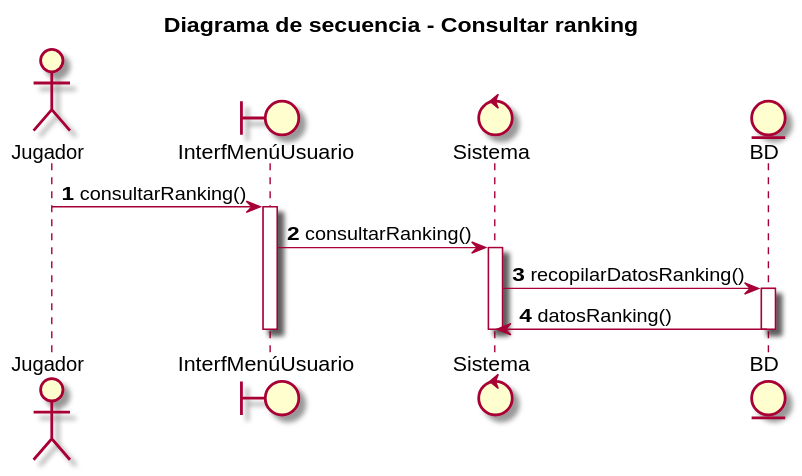
The PlantUML diagram UML/Diagramas de secuencia/Jugador/Consultar Ranking/Consultar ranking.svg in dmontesinos/ES-2019-G43-2-02.v1, before a commit. Source of this version:
```plantuml
@startuml
title Diagrama de secuencia - Consultar ranking
autonumber
actor Jugador
boundary InterfMenúUsuario
control Sistema
entity BD

Jugador -> InterfMenúUsuario : consultarRanking()
activate InterfMenúUsuario
InterfMenúUsuario -> Sistema : consultarRanking()
activate Sistema
Sistema -> BD : recopilarDatosRanking()
activate BD
BD -> Sistema : datosRanking()
deactivate BD
deactivate Sistema
deactivate InterfMenúUsuario
@enduml
```
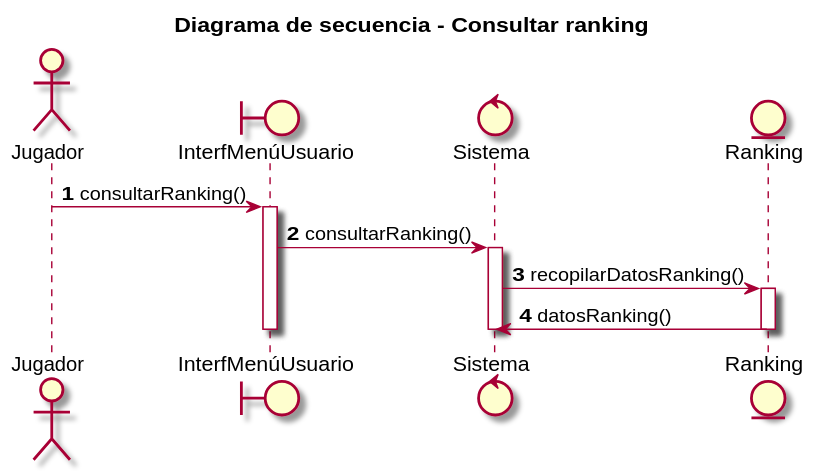
Later version of the same file.

Change to the diagram source:
```diff
@@ -4,16 +4,16 @@
 actor Jugador
 boundary InterfMenúUsuario
 control Sistema
-entity BD
+entity Ranking
 
 Jugador -> InterfMenúUsuario : consultarRanking()
 activate InterfMenúUsuario
 InterfMenúUsuario -> Sistema : consultarRanking()
 activate Sistema
-Sistema -> BD : recopilarDatosRanking()
-activate BD
-BD -> Sistema : datosRanking()
-deactivate BD
+Sistema -> Ranking : recopilarDatosRanking()
+activate Ranking
+Ranking -> Sistema : datosRanking()
+deactivate Ranking
 deactivate Sistema
 deactivate InterfMenúUsuario
 @enduml
```
